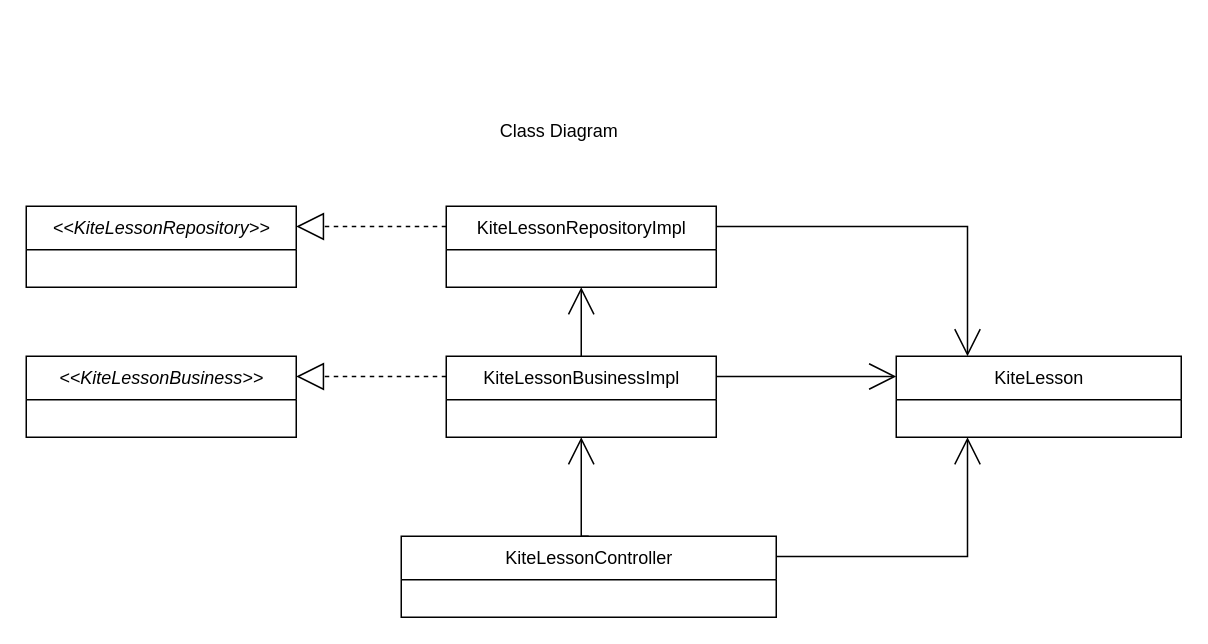
Before: Documentation/Draw.io/Class Diagram.drawio in ismailchbiki/individual-track-sem3, a draw.io diagram. Source tidied: cells renumbered, new cells numbered last; positions are measured from the earlier drawing's top-left corner, leaving out a move shared by most shapes. Both pictures are drawn from the tidied source at 150%, with x=0, y=0 at pixel (26, 116).
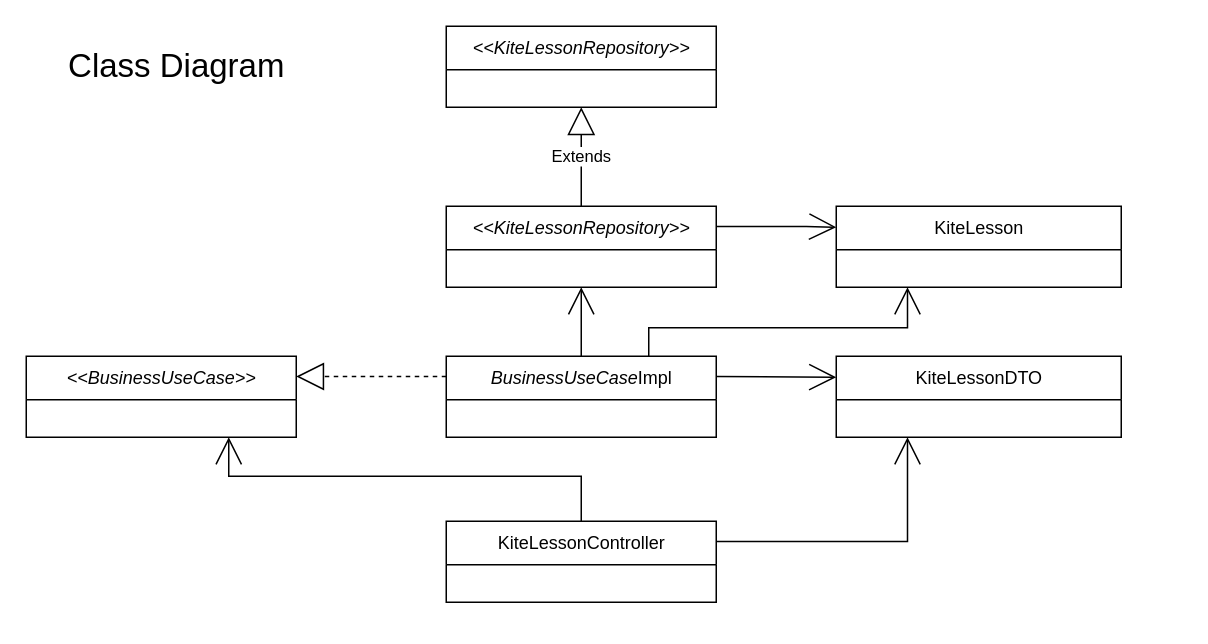
Above is the later version.

The edit, as a diff of the source:
```diff
@@
     <mxCell id="2" value="&lt;span style=&quot;font-weight: normal&quot;&gt;&lt;i&gt;&amp;lt;&amp;lt;KiteLessonRepository&amp;gt;&amp;gt;&lt;/i&gt;&lt;/span&gt;" style="swimlane;fontStyle=1;align=center;verticalAlign=middle;horizontal=1;startSize=29;html=1;" parent="1" vertex="1">
-      <mxGeometry y="60" width="180" height="54" as="geometry" />
+      <mxGeometry x="280" y="60" width="180" height="54" as="geometry" />
     </mxCell>
-    <mxCell id="3" value="&lt;span style=&quot;font-weight: normal&quot;&gt;KiteLessonRepositoryImpl&lt;/span&gt;" style="swimlane;fontStyle=1;align=center;verticalAlign=middle;horizontal=1;startSize=29;html=1;" parent="1" vertex="1">
-      <mxGeometry x="280" y="60" width="180" height="54" as="geometry" />
-    </mxCell>
-    <mxCell id="4" value="&lt;span style=&quot;font-weight: normal&quot;&gt;&lt;i&gt;&amp;lt;&amp;lt;KiteLessonBusiness&amp;gt;&amp;gt;&lt;/i&gt;&lt;br&gt;&lt;/span&gt;" style="swimlane;fontStyle=1;align=center;verticalAlign=middle;horizontal=1;startSize=29;html=1;" parent="1" vertex="1">
+    <mxCell id="4" value="&lt;span style=&quot;font-weight: normal&quot;&gt;&lt;i&gt;&amp;lt;&amp;lt;BusinessUseCase&amp;gt;&amp;gt;&lt;/i&gt;&lt;br&gt;&lt;/span&gt;" style="swimlane;fontStyle=1;align=center;verticalAlign=middle;horizontal=1;startSize=29;html=1;" parent="1" vertex="1">
       <mxGeometry y="160" width="180" height="54" as="geometry" />
     </mxCell>
-    <mxCell id="5" value="&lt;span style=&quot;font-weight: normal&quot;&gt;KiteLessonBusinessImpl&lt;br&gt;&lt;/span&gt;" style="swimlane;fontStyle=1;align=center;verticalAlign=middle;horizontal=1;startSize=29;html=1;" parent="1" vertex="1">
+    <mxCell id="5" value="&lt;i style=&quot;font-weight: 400&quot;&gt;BusinessUseCase&lt;/i&gt;&lt;span style=&quot;font-weight: normal&quot;&gt;Impl&lt;br&gt;&lt;/span&gt;" style="swimlane;fontStyle=1;align=center;verticalAlign=middle;horizontal=1;startSize=29;html=1;" parent="1" vertex="1">
       <mxGeometry x="280" y="160" width="180" height="54" as="geometry" />
     </mxCell>
     <mxCell id="6" value="&lt;span style=&quot;font-weight: normal&quot;&gt;KiteLessonController&lt;br&gt;&lt;/span&gt;" style="swimlane;fontStyle=1;align=center;verticalAlign=middle;horizontal=1;startSize=29;html=1;" parent="1" vertex="1">
-      <mxGeometry x="250" y="280" width="250" height="54" as="geometry" />
+      <mxGeometry x="280" y="270" width="180" height="54" as="geometry" />
     </mxCell>
     <mxCell id="7" value="&lt;span style=&quot;font-weight: normal&quot;&gt;KiteLesson&lt;br&gt;&lt;/span&gt;" style="swimlane;fontStyle=1;align=center;verticalAlign=middle;horizontal=1;startSize=29;html=1;" parent="1" vertex="1">
-      <mxGeometry x="580" y="160" width="190" height="54" as="geometry" />
+      <mxGeometry x="540" y="60" width="190" height="54" as="geometry" />
     </mxCell>
-    <mxCell id="8" style="edgeStyle=orthogonalEdgeStyle;rounded=0;html=1;labelBackgroundColor=none;startArrow=none;startFill=0;startSize=8;endArrow=open;endFill=0;endSize=16;fontFamily=Verdana;fontSize=12;entryX=0.5;entryY=1;entryDx=0;entryDy=0;" parent="1" edge="1" source="5" target="3">
-      <mxGeometry relative="1" as="geometry" />
+    <mxCell id="8" style="edgeStyle=orthogonalEdgeStyle;rounded=0;html=1;labelBackgroundColor=none;startArrow=none;startFill=0;startSize=8;endArrow=open;endFill=0;endSize=16;fontFamily=Verdana;fontSize=12;entryX=0.5;entryY=1;entryDx=0;entryDy=0;" parent="1" edge="1" source="5">
+      <mxGeometry relative="1" as="geometry">
+        <mxPoint x="370" y="114" as="targetPoint" />
+      </mxGeometry>
     </mxCell>
-    <mxCell id="9" style="edgeStyle=orthogonalEdgeStyle;rounded=0;html=1;labelBackgroundColor=none;startArrow=none;startFill=0;startSize=8;endArrow=open;endFill=0;endSize=16;fontFamily=Verdana;fontSize=12;entryX=0;entryY=0.25;entryDx=0;entryDy=0;exitX=1;exitY=0.25;exitDx=0;exitDy=0;" parent="1" edge="1" source="5" target="7">
-      <mxGeometry relative="1" as="geometry" />
+    <mxCell id="9" style="edgeStyle=orthogonalEdgeStyle;rounded=0;html=1;labelBackgroundColor=none;startArrow=none;startFill=0;startSize=8;endArrow=open;endFill=0;endSize=16;fontFamily=Verdana;fontSize=12;exitX=1;exitY=0.25;exitDx=0;exitDy=0;" parent="1" edge="1" source="5">
+      <mxGeometry relative="1" as="geometry">
+        <mxPoint x="540" y="174" as="targetPoint" />
+        <Array as="points">
+          <mxPoint x="460" y="174" />
+          <mxPoint x="460" y="174" />
+        </Array>
+      </mxGeometry>
     </mxCell>
-    <mxCell id="10" style="edgeStyle=orthogonalEdgeStyle;rounded=0;html=1;labelBackgroundColor=none;startArrow=none;startFill=0;startSize=8;endArrow=open;endFill=0;endSize=16;fontFamily=Verdana;fontSize=12;entryX=0.25;entryY=1;entryDx=0;entryDy=0;exitX=1;exitY=0.25;exitDx=0;exitDy=0;" parent="1" edge="1" source="6" target="7">
+    <mxCell id="10" style="edgeStyle=orthogonalEdgeStyle;rounded=0;html=1;labelBackgroundColor=none;startArrow=none;startFill=0;startSize=8;endArrow=open;endFill=0;endSize=16;fontFamily=Verdana;fontSize=12;exitX=1;exitY=0.25;exitDx=0;exitDy=0;entryX=0.25;entryY=1;entryDx=0;entryDy=0;" parent="1" edge="1" source="6" target="18">
       <mxGeometry relative="1" as="geometry" />
     </mxCell>
-    <mxCell id="11" style="edgeStyle=orthogonalEdgeStyle;rounded=0;html=1;labelBackgroundColor=none;startArrow=none;startFill=0;startSize=8;endArrow=open;endFill=0;endSize=16;fontFamily=Verdana;fontSize=12;entryX=0.5;entryY=1;entryDx=0;entryDy=0;exitX=0.5;exitY=0;exitDx=0;exitDy=0;" parent="1" edge="1" source="6" target="5">
+    <mxCell id="11" style="edgeStyle=orthogonalEdgeStyle;rounded=0;html=1;labelBackgroundColor=none;startArrow=none;startFill=0;startSize=8;endArrow=open;endFill=0;endSize=16;fontFamily=Verdana;fontSize=12;exitX=0.5;exitY=0;exitDx=0;exitDy=0;entryX=0.75;entryY=1;entryDx=0;entryDy=0;" parent="1" edge="1" source="6" target="4">
       <mxGeometry relative="1" as="geometry">
         <Array as="points">
-          <mxPoint x="370" y="270" />
-          <mxPoint x="370" y="270" />
+          <mxPoint x="370" y="240" />
+          <mxPoint x="135" y="240" />
         </Array>
       </mxGeometry>
     </mxCell>
@@
-    <mxCell id="13" style="edgeStyle=orthogonalEdgeStyle;rounded=0;html=1;labelBackgroundColor=none;startArrow=none;startFill=0;startSize=8;endArrow=open;endFill=0;endSize=16;fontFamily=Verdana;fontSize=12;entryX=0.25;entryY=0;entryDx=0;entryDy=0;exitX=1;exitY=0.25;exitDx=0;exitDy=0;" parent="1" edge="1" source="3" target="7">
-      <mxGeometry relative="1" as="geometry" />
+    <mxCell id="13" style="edgeStyle=orthogonalEdgeStyle;rounded=0;html=1;labelBackgroundColor=none;startArrow=none;startFill=0;startSize=8;endArrow=open;endFill=0;endSize=16;fontFamily=Verdana;fontSize=12;exitX=1;exitY=0.25;exitDx=0;exitDy=0;" parent="1" edge="1">
+      <mxGeometry relative="1" as="geometry">
+        <mxPoint x="460" y="73.5" as="sourcePoint" />
+        <mxPoint x="540" y="74" as="targetPoint" />
+        <Array as="points">
+          <mxPoint x="520" y="74" />
+        </Array>
+      </mxGeometry>
     </mxCell>
-    <mxCell id="14" style="edgeStyle=orthogonalEdgeStyle;rounded=0;html=1;dashed=1;labelBackgroundColor=none;startArrow=none;startFill=0;startSize=8;endArrow=block;endFill=0;endSize=16;fontFamily=Verdana;fontSize=12;entryX=1;entryY=0.25;entryDx=0;entryDy=0;exitX=0;exitY=0.25;exitDx=0;exitDy=0;" parent="1" edge="1" source="3" target="2">
-      <mxGeometry relative="1" as="geometry" />
-    </mxCell>
-    <mxCell id="15" value="Class Diagram" style="text;html=1;align=center;verticalAlign=middle;strokeColor=none;fillColor=none;" parent="1" vertex="1">
-      <mxGeometry x="310" width="90" height="20" as="geometry" />
+    <mxCell id="15" value="Class Diagram" style="text;html=1;align=center;verticalAlign=middle;strokeColor=none;fillColor=none;fontSize=22;" parent="1" vertex="1">
+      <mxGeometry x="20" y="-48" width="160" height="30" as="geometry" />
     </mxCell>
+    <mxCell id="16" value="Extends" style="endArrow=block;endSize=16;endFill=0;html=1;rounded=0;exitX=0.5;exitY=0;exitDx=0;exitDy=0;entryX=0.5;entryY=1;entryDx=0;entryDy=0;" parent="1" edge="1" source="2" target="17">
+      <mxGeometry relative="1" as="geometry" />
+    </mxCell>
+    <mxCell id="17" value="&lt;span style=&quot;font-weight: normal&quot;&gt;&lt;i&gt;&amp;lt;&amp;lt;KiteLessonRepository&amp;gt;&amp;gt;&lt;/i&gt;&lt;/span&gt;" style="swimlane;fontStyle=1;align=center;verticalAlign=middle;horizontal=1;startSize=29;html=1;" parent="1" vertex="1">
+      <mxGeometry x="280" y="-60" width="180" height="54" as="geometry" />
+    </mxCell>
+    <mxCell id="18" value="&lt;span style=&quot;font-weight: normal&quot;&gt;KiteLessonDTO&lt;br&gt;&lt;/span&gt;" style="swimlane;fontStyle=1;align=center;verticalAlign=middle;horizontal=1;startSize=29;html=1;" parent="1" vertex="1">
+      <mxGeometry x="540" y="160" width="190" height="54" as="geometry" />
+    </mxCell>
+    <mxCell id="19" style="edgeStyle=orthogonalEdgeStyle;rounded=0;html=1;labelBackgroundColor=none;startArrow=none;startFill=0;startSize=8;endArrow=open;endFill=0;endSize=16;fontFamily=Verdana;fontSize=12;exitX=0.75;exitY=0;exitDx=0;exitDy=0;entryX=0.25;entryY=1;entryDx=0;entryDy=0;" parent="1" edge="1" source="5" target="7">
+      <mxGeometry relative="1" as="geometry">
+        <Array as="points">
+          <mxPoint x="415" y="141" />
+          <mxPoint x="588" y="141" />
+        </Array>
+      </mxGeometry>
+    </mxCell>
```
